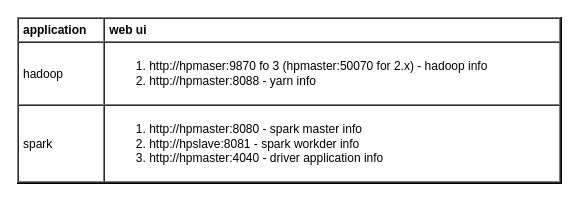
Above: page "web ui" (5 of 7) of db/distdb.drawio in yangdj/tf_docs (draw.io), before the change. Source tidied: cells renumbered, new cells numbered last; positions are measured from the earlier drawing's top-left corner, leaving out a move shared by most shapes. Both pictures are drawn from the tidied source at 100%, with x=0, y=0 at pixel (17, 17).
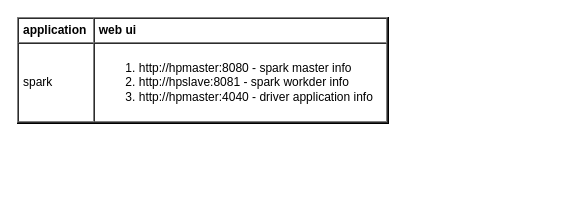
The same page after the edit.

What changed in the source:
```diff
@@
 <mxGraphModel>
   <root>
     <mxCell id="0" />
     <mxCell id="1" parent="0" />
-    <mxCell id="2" value="&lt;table cellpadding=&quot;4&quot; cellspacing=&quot;0&quot; border=&quot;1&quot; style=&quot;font-size: 1em ; width: 100% ; height: 100%&quot;&gt;&lt;tbody&gt;&lt;tr&gt;&lt;th&gt;application&lt;/th&gt;&lt;th&gt;web ui&lt;/th&gt;&lt;/tr&gt;&lt;tr&gt;&lt;td&gt;hadoop&lt;/td&gt;&lt;td&gt;&lt;ol&gt;&lt;li&gt;http://hpmaser:9870 fo 3 (hpmaster:50070 for 2.x) - hadoop info&lt;/li&gt;&lt;li&gt;http://hpmaster:8088 - yarn info&lt;/li&gt;&lt;/ol&gt;&lt;/td&gt;&lt;/tr&gt;&lt;tr&gt;&lt;td&gt;spark&lt;/td&gt;&lt;td&gt;&lt;ol&gt;&lt;li&gt;http://hpmaster:8080 - spark master info&lt;/li&gt;&lt;li&gt;http://hpslave:8081 - spark workder info&lt;/li&gt;&lt;li&gt;http://hpmaster:4040 - driver application info&lt;/li&gt;&lt;/ol&gt;&lt;/td&gt;&lt;/tr&gt;&lt;/tbody&gt;&lt;/table&gt; " style="verticalAlign=top;align=left;overflow=fill;fontSize=12;fontFamily=Helvetica;html=1;fillColor=none;" parent="1" vertex="1">
-      <mxGeometry width="544" height="166" as="geometry" />
+    <mxCell id="2" value="&lt;table cellpadding=&quot;4&quot; cellspacing=&quot;0&quot; border=&quot;1&quot; style=&quot;font-size: 1em ; width: 100% ; height: 100%&quot;&gt;&lt;tbody&gt;&lt;tr&gt;&lt;th&gt;application&lt;/th&gt;&lt;th&gt;web ui&lt;/th&gt;&lt;/tr&gt;&lt;tr&gt;&lt;td&gt;spark&lt;/td&gt;&lt;td&gt;&lt;ol&gt;&lt;li&gt;http://hpmaster:8080 - spark master info&lt;/li&gt;&lt;li&gt;http://hpslave:8081 - spark workder info&lt;/li&gt;&lt;li&gt;http://hpmaster:4040 - driver application info&lt;/li&gt;&lt;/ol&gt;&lt;/td&gt;&lt;/tr&gt;&lt;/tbody&gt;&lt;/table&gt; " style="verticalAlign=top;align=left;overflow=fill;fontSize=12;fontFamily=Helvetica;html=1;fillColor=none;" parent="1" vertex="1">
+      <mxGeometry width="371" height="106" as="geometry" />
     </mxCell>
   </root>
 </mxGraphModel>
```
